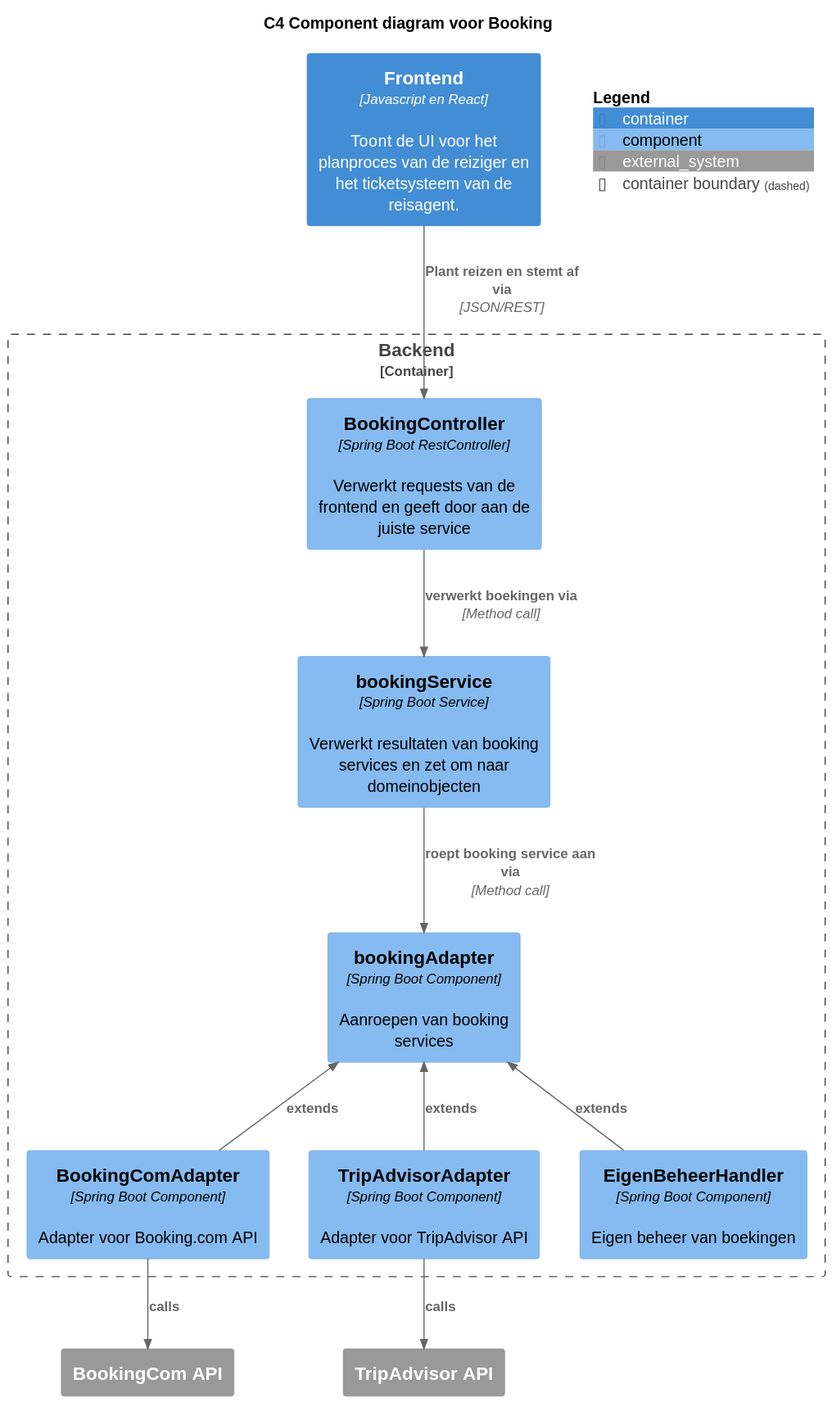
AIM-ENE-feb25/triptop-groep-4-jochem-roald-stijn-a keeps this PlantUML diagram as software-guidebook/sgb-bestanden/ontwerpvragen/Modifiability - Component diagram.svg. Above is the earlier version.
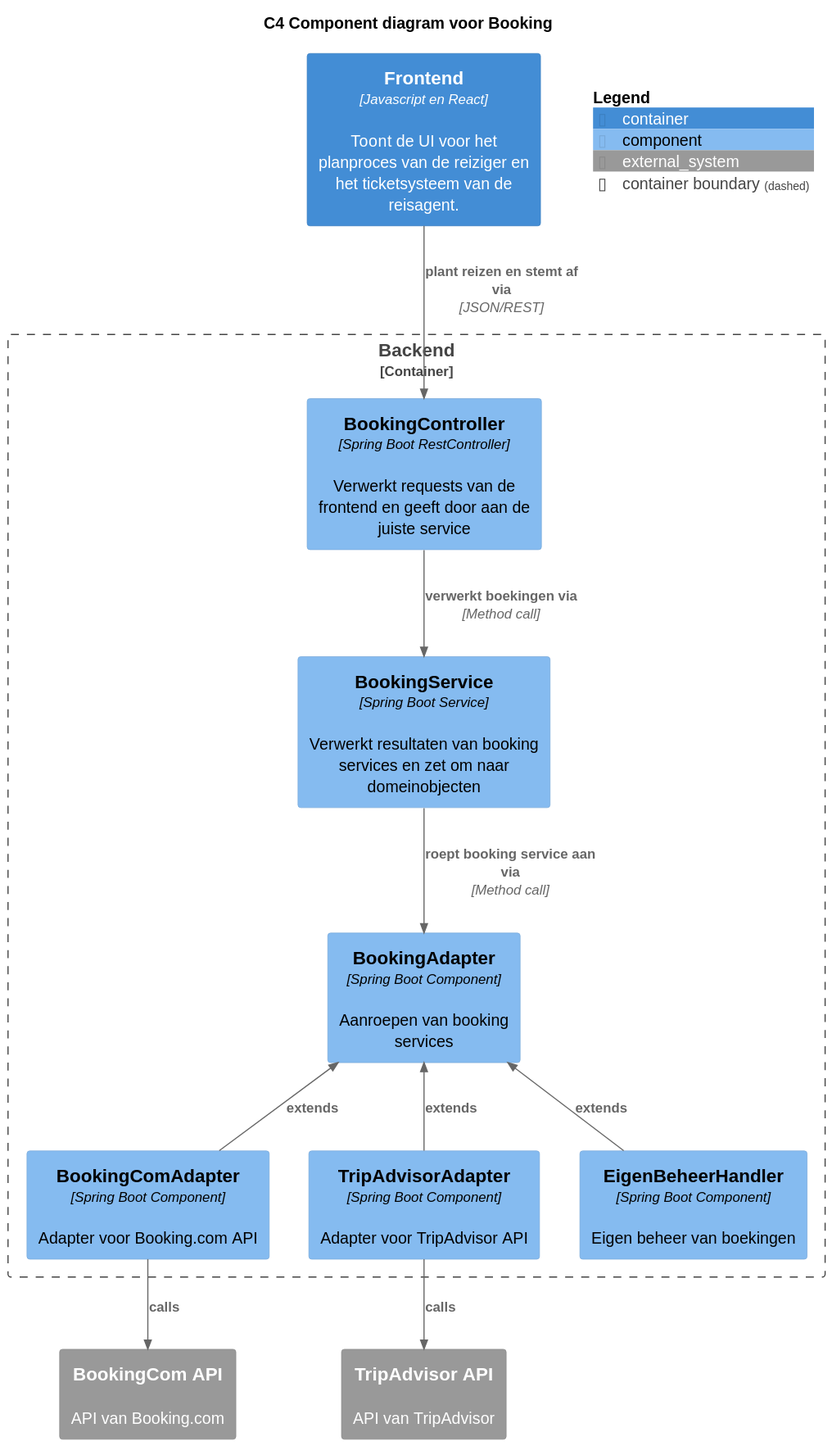
Above is the later version.

Commit message:
Hoofdletters en omschrijving van API's

Change to the diagram source:
```diff
@@ -9,16 +9,16 @@
 
 Container_Boundary(backend, "Backend") {
 Component(bookingController, "BookingController", "Spring Boot RestController", "Verwerkt requests van de frontend en geeft door aan de juiste service")
-Component(bookingService, "bookingService", "Spring Boot Service", "Verwerkt resultaten van booking services en zet om naar domeinobjecten")
-Component(bookingAdapter, "bookingAdapter", "Spring Boot Component", "Aanroepen van booking services")
+Component(bookingService, "BookingService", "Spring Boot Service", "Verwerkt resultaten van booking services en zet om naar domeinobjecten")
+Component(bookingAdapter, "BookingAdapter", "Spring Boot Component", "Aanroepen van booking services")
 Component(BookingComAdapter, "BookingComAdapter", "Spring Boot Component", "Adapter voor Booking.com API")
 Component(tripAdvisorAdapter, "TripAdvisorAdapter", "Spring Boot Component", "Adapter voor TripAdvisor API")
 Component(eigenBeheerHandler, "EigenBeheerHandler", "Spring Boot Component", "Eigen beheer van boekingen")
 }
-System_Ext(bookingComApi, "BookingCom API")
-System_Ext(tripAdvisorApi, "TripAdvisor API")
+System_Ext(bookingComApi, "BookingCom API", "API van Booking.com")
+System_Ext(tripAdvisorApi, "TripAdvisor API", "API van TripAdvisor")
 
-Rel(Frontend, bookingController, "Plant reizen en stemt af via", "JSON/REST")
+Rel(Frontend, bookingController, "plant reizen en stemt af via", "JSON/REST")
 Rel(bookingController, bookingService, "verwerkt boekingen via", "Method call")
 Rel(bookingService, bookingAdapter, "roept booking service aan via", "Method call")
 Rel_U(BookingComAdapter, bookingAdapter, "extends")
```
